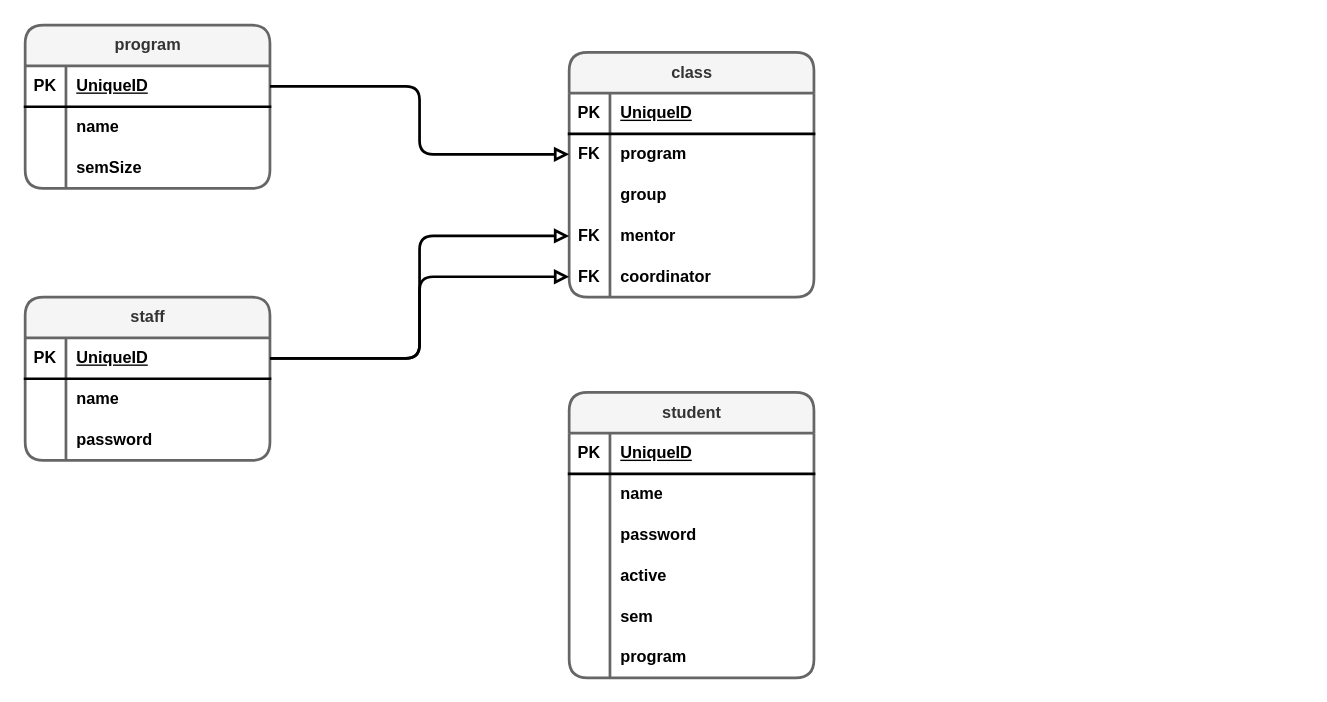
Above: app/sql/dbSchema.drawio in livleensinghchani/ctu-website (draw.io), before the change. Source tidied: cells renumbered, new cells numbered last; positions are measured from the earlier drawing's top-left corner, leaving out a move shared by most shapes. Both pictures are drawn from the tidied source at 136%, with x=0, y=0 at pixel (24, 24).
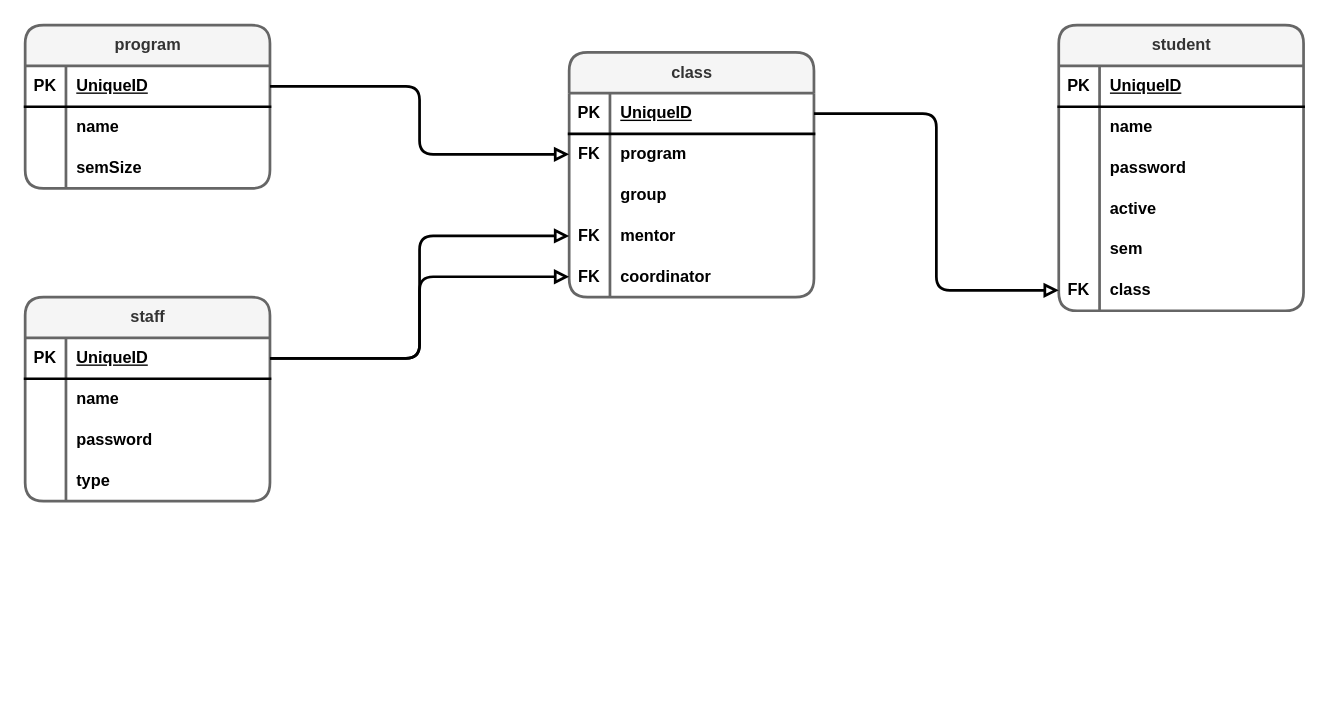
The same page after the edit.

The change refers to these unchanged cells:
```xml
<mxCell id="23" style="shape=tableRow;horizontal=0;startSize=0;swimlaneHead=0;swimlaneBody=0;fillColor=none;points=[[0,0.5],[1,0.5]];portConstraint=eastwest;top=0;left=0;right=0;bottom=1;rounded=1;strokeColor=default;strokeWidth=2;align=center;verticalAlign=middle;fontFamily=Helvetica;fontSize=12;fontColor=default;fontStyle=1;" parent="22" vertex="1">
  <mxGeometry y="30" width="180" height="30" as="geometry" />
</mxCell>
<mxCell id="57" style="shape=tableRow;horizontal=0;startSize=0;swimlaneHead=0;swimlaneBody=0;fillColor=none;points=[[0,0.5],[1,0.5]];portConstraint=eastwest;top=0;left=0;right=0;bottom=0;rounded=1;strokeColor=default;strokeWidth=2;align=center;verticalAlign=middle;fontFamily=Helvetica;fontSize=12;fontColor=default;fontStyle=1;" parent="41" vertex="1">
  <mxGeometry y="180" width="180" height="30" as="geometry" />
</mxCell>
```

What changed in the source:
```diff
@@
     <mxCell id="12" value="staff" style="shape=table;startSize=30;childLayout=tableLayout;rowLines=0;fontStyle=1;align=center;html=1;rounded=1;strokeColor=#666666;strokeWidth=2;verticalAlign=middle;fontFamily=Helvetica;fontSize=12;fontColor=#333333;fillColor=#f5f5f5;" parent="1" vertex="1">
-      <mxGeometry y="200" width="180" height="120" as="geometry" />
+      <mxGeometry y="200" width="180" height="150" as="geometry" />
     </mxCell>
@@
+    <mxCell id="60" style="shape=tableRow;horizontal=0;startSize=0;swimlaneHead=0;swimlaneBody=0;fillColor=none;top=0;left=0;right=0;bottom=0;rounded=1;strokeColor=default;strokeWidth=2;align=center;verticalAlign=middle;fontFamily=Helvetica;fontSize=12;fontColor=default;fontStyle=1;" parent="12" vertex="1">
+      <mxGeometry y="120" width="180" height="30" as="geometry" />
+    </mxCell>
+    <mxCell id="61" style="shape=partialRectangle;fillColor=none;top=0;left=0;bottom=0;right=0;overflow=hidden;whiteSpace=wrap;html=1;rounded=1;strokeColor=default;strokeWidth=2;align=center;verticalAlign=middle;fontFamily=Helvetica;fontSize=12;fontColor=default;fontStyle=1;" parent="60" vertex="1">
+      <mxGeometry width="30" height="30" as="geometry" />
+    </mxCell>
+    <mxCell id="62" value="type" style="shape=partialRectangle;fillColor=none;top=0;left=0;bottom=0;right=0;align=left;spacingLeft=6;overflow=hidden;whiteSpace=wrap;html=1;rounded=1;strokeColor=default;strokeWidth=2;verticalAlign=middle;fontFamily=Helvetica;fontSize=12;fontColor=default;fontStyle=1;" parent="60" vertex="1">
+      <mxGeometry x="30" width="150" height="30" as="geometry" />
+    </mxCell>
@@
     <mxCell id="41" value="student" style="shape=table;startSize=30;childLayout=tableLayout;rowLines=0;fontStyle=1;align=center;html=1;rounded=1;strokeColor=#666666;strokeWidth=2;verticalAlign=middle;fontFamily=Helvetica;fontSize=12;fontColor=#333333;fillColor=#f5f5f5;" parent="1" vertex="1">
-      <mxGeometry x="400" y="270" width="180" height="210" as="geometry" />
+      <mxGeometry x="760" width="180" height="210" as="geometry" />
     </mxCell>
@@
-    <mxCell id="58" style="shape=partialRectangle;fillColor=none;top=0;left=0;bottom=0;right=0;overflow=hidden;whiteSpace=wrap;html=1;rounded=1;strokeColor=default;strokeWidth=2;align=center;verticalAlign=middle;fontFamily=Helvetica;fontSize=12;fontColor=default;fontStyle=1;" parent="57" vertex="1">
+    <mxCell id="58" value="FK" style="shape=partialRectangle;fillColor=none;top=0;left=0;bottom=0;right=0;overflow=hidden;whiteSpace=wrap;html=1;rounded=1;strokeColor=default;strokeWidth=2;align=center;verticalAlign=middle;fontFamily=Helvetica;fontSize=12;fontColor=default;fontStyle=1;" parent="57" vertex="1">
       <mxGeometry width="30" height="30" as="geometry" />
     </mxCell>
-    <mxCell id="59" value="program" style="shape=partialRectangle;fillColor=none;top=0;left=0;bottom=0;right=0;align=left;spacingLeft=6;overflow=hidden;whiteSpace=wrap;html=1;rounded=1;strokeColor=default;strokeWidth=2;verticalAlign=middle;fontFamily=Helvetica;fontSize=12;fontColor=default;fontStyle=1;" parent="57" vertex="1">
+    <mxCell id="59" value="class" style="shape=partialRectangle;fillColor=none;top=0;left=0;bottom=0;right=0;align=left;spacingLeft=6;overflow=hidden;whiteSpace=wrap;html=1;rounded=1;strokeColor=default;strokeWidth=2;verticalAlign=middle;fontFamily=Helvetica;fontSize=12;fontColor=default;fontStyle=1;" parent="57" vertex="1">
       <mxGeometry x="30" width="150" height="30" as="geometry" />
     </mxCell>
+    <mxCell id="63" style="edgeStyle=orthogonalEdgeStyle;curved=0;rounded=1;jumpStyle=arc;jumpSize=10;jettySize=auto;html=1;strokeColor=default;strokeWidth=2;align=center;verticalAlign=middle;fontFamily=Helvetica;fontSize=12;fontColor=#333333;fontStyle=1;labelBackgroundColor=default;endArrow=block;endFill=0;" parent="1" edge="1" source="23" target="57">
+      <mxGeometry relative="1" as="geometry" />
+    </mxCell>
```
